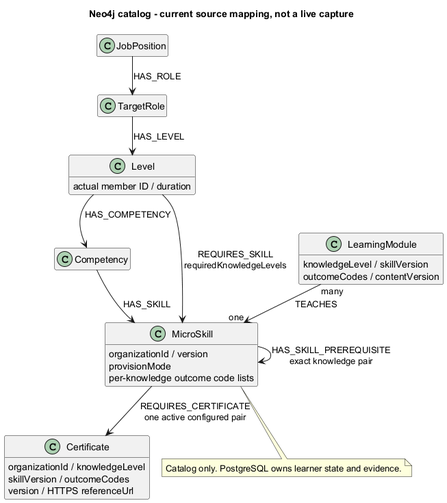
Before: documents/diagrams/neo4j.png, a diagram exported from PlantUML (SEP490-Fall-2026-GFA26SE64/SEP490).
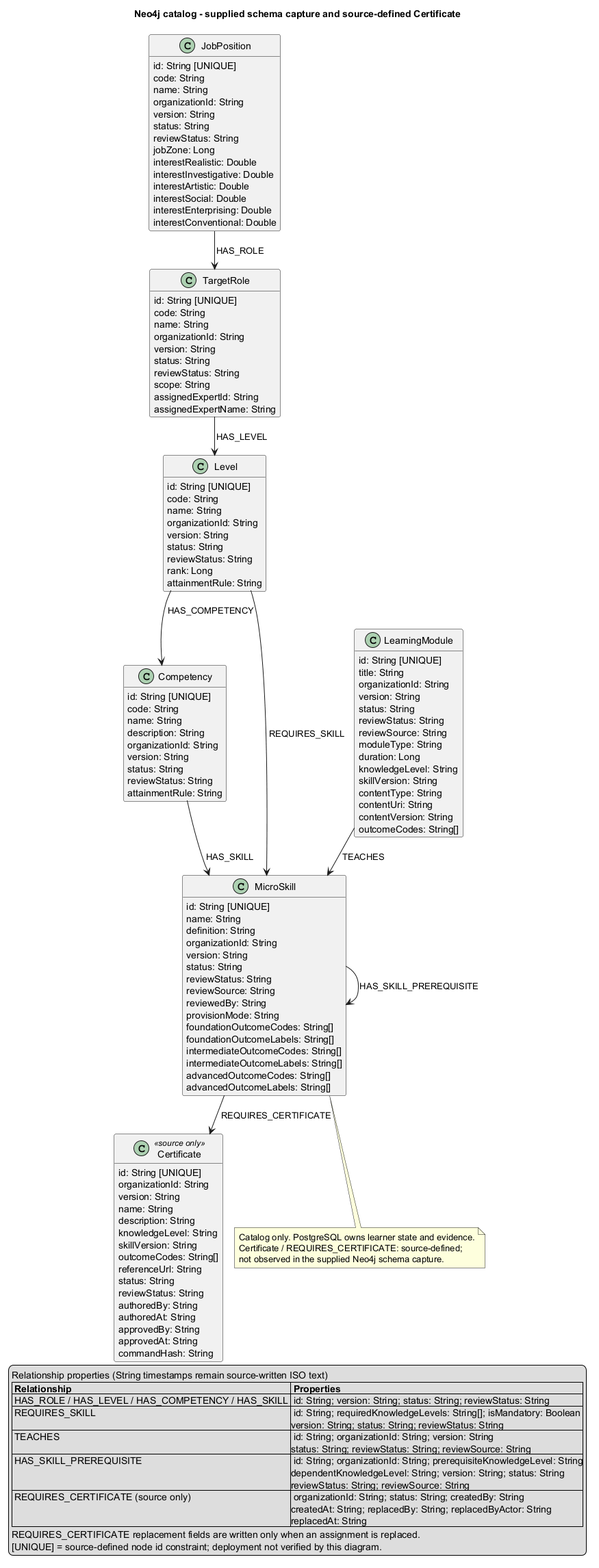
Above is the later version.

Commit message:
docs: update Neo4j catalog diagrams and references

What changed in the source:
```diff
@@ -4,34 +4,134 @@
 hide empty members
 skinparam classAttributeIconSize 0
 skinparam shadowing false
-title Neo4j catalog - current source mapping, not a live capture
-class JobPosition
-class TargetRole
+skinparam nodesep 80
+skinparam ranksep 65
+title Neo4j catalog - supplied schema capture and source-defined Certificate
+class JobPosition {
+  id: String [UNIQUE]
+  code: String
+  name: String
+  organizationId: String
+  version: String
+  status: String
+  reviewStatus: String
+  jobZone: Long
+  interestRealistic: Double
+  interestInvestigative: Double
+  interestArtistic: Double
+  interestSocial: Double
+  interestEnterprising: Double
+  interestConventional: Double
+}
+class TargetRole {
+  id: String [UNIQUE]
+  code: String
+  name: String
+  organizationId: String
+  version: String
+  status: String
+  reviewStatus: String
+  scope: String
+  assignedExpertId: String
+  assignedExpertName: String
+}
 class Level {
-  actual member ID / duration
+  id: String [UNIQUE]
+  code: String
+  name: String
+  organizationId: String
+  version: String
+  status: String
+  reviewStatus: String
+  rank: Long
+  attainmentRule: String
 }
-class Competency
+class Competency {
+  id: String [UNIQUE]
+  code: String
+  name: String
+  description: String
+  organizationId: String
+  version: String
+  status: String
+  reviewStatus: String
+  attainmentRule: String
+}
 class MicroSkill {
-  organizationId / version
-  provisionMode
-  per-knowledge outcome code lists
+  id: String [UNIQUE]
+  name: String
+  definition: String
+  organizationId: String
+  version: String
+  status: String
+  reviewStatus: String
+  reviewSource: String
+  reviewedBy: String
+  provisionMode: String
+  foundationOutcomeCodes: String[]
+  foundationOutcomeLabels: String[]
+  intermediateOutcomeCodes: String[]
+  intermediateOutcomeLabels: String[]
+  advancedOutcomeCodes: String[]
+  advancedOutcomeLabels: String[]
 }
 class LearningModule {
-  knowledgeLevel / skillVersion
-  outcomeCodes / contentVersion
+  id: String [UNIQUE]
+  title: String
+  organizationId: String
+  version: String
+  status: String
+  reviewStatus: String
+  reviewSource: String
+  moduleType: String
+  duration: Long
+  knowledgeLevel: String
+  skillVersion: String
+  contentType: String
+  contentUri: String
+  contentVersion: String
+  outcomeCodes: String[]
 }
-class Certificate {
-  organizationId / knowledgeLevel
-  skillVersion / outcomeCodes
-  version / HTTPS referenceUrl
+class Certificate <<source only>> {
+  id: String [UNIQUE]
+  organizationId: String
+  version: String
+  name: String
+  description: String
+  knowledgeLevel: String
+  skillVersion: String
+  outcomeCodes: String[]
+  referenceUrl: String
+  status: String
+  reviewStatus: String
+  authoredBy: String
+  authoredAt: String
+  approvedBy: String
+  approvedAt: String
+  commandHash: String
 }
 JobPosition --> TargetRole : HAS_ROLE
 TargetRole --> Level : HAS_LEVEL
 Level --> Competency : HAS_COMPETENCY
 Competency --> MicroSkill : HAS_SKILL
-Level --> MicroSkill : REQUIRES_SKILL\nrequiredKnowledgeLevels
-LearningModule "many" --> "one" MicroSkill : TEACHES
-MicroSkill --> MicroSkill : HAS_SKILL_PREREQUISITE\nexact knowledge pair
-MicroSkill --> Certificate : REQUIRES_CERTIFICATE\none active configured pair
-note bottom of MicroSkill : Catalog only. PostgreSQL owns learner state and evidence.
+Level --> MicroSkill : REQUIRES_SKILL
+LearningModule --> MicroSkill : TEACHES
+MicroSkill --> MicroSkill : HAS_SKILL_PREREQUISITE
+MicroSkill --> Certificate : REQUIRES_CERTIFICATE
+note bottom of MicroSkill
+  Catalog only. PostgreSQL owns learner state and evidence.
+  Certificate / REQUIRES_CERTIFICATE: source-defined;
+  not observed in the supplied Neo4j schema capture.
+end note
+legend bottom
+  Relationship properties (String timestamps remain source-written ISO text)
+  |= Relationship |= Properties |
+  | HAS_ROLE / HAS_LEVEL / HAS_COMPETENCY / HAS_SKILL | id: String; version: String; status: String; reviewStatus: String |
+  | REQUIRES_SKILL | id: String; requiredKnowledgeLevels: String[]; isMandatory: Boolean\nversion: String; status: String; reviewStatus: String |
+  | TEACHES | id: String; organizationId: String; version: String\nstatus: String; reviewStatus: String; reviewSource: String |
+  | HAS_SKILL_PREREQUISITE | id: String; organizationId: String; prerequisiteKnowledgeLevel: String\ndependentKnowledgeLevel: String; version: String; status: String\nreviewStatus: String; reviewSource: String |
+  | REQUIRES_CERTIFICATE (source only) | organizationId: String; status: String; createdBy: String\ncreatedAt: String; replacedBy: String; replacedByActor: String\nreplacedAt: String |
+  REQUIRES_CERTIFICATE replacement fields are written only when an assignment is replaced.
+  [UNIQUE] = source-defined node id constraint; deployment not verified by this diagram.
+endlegend
 @enduml
```
